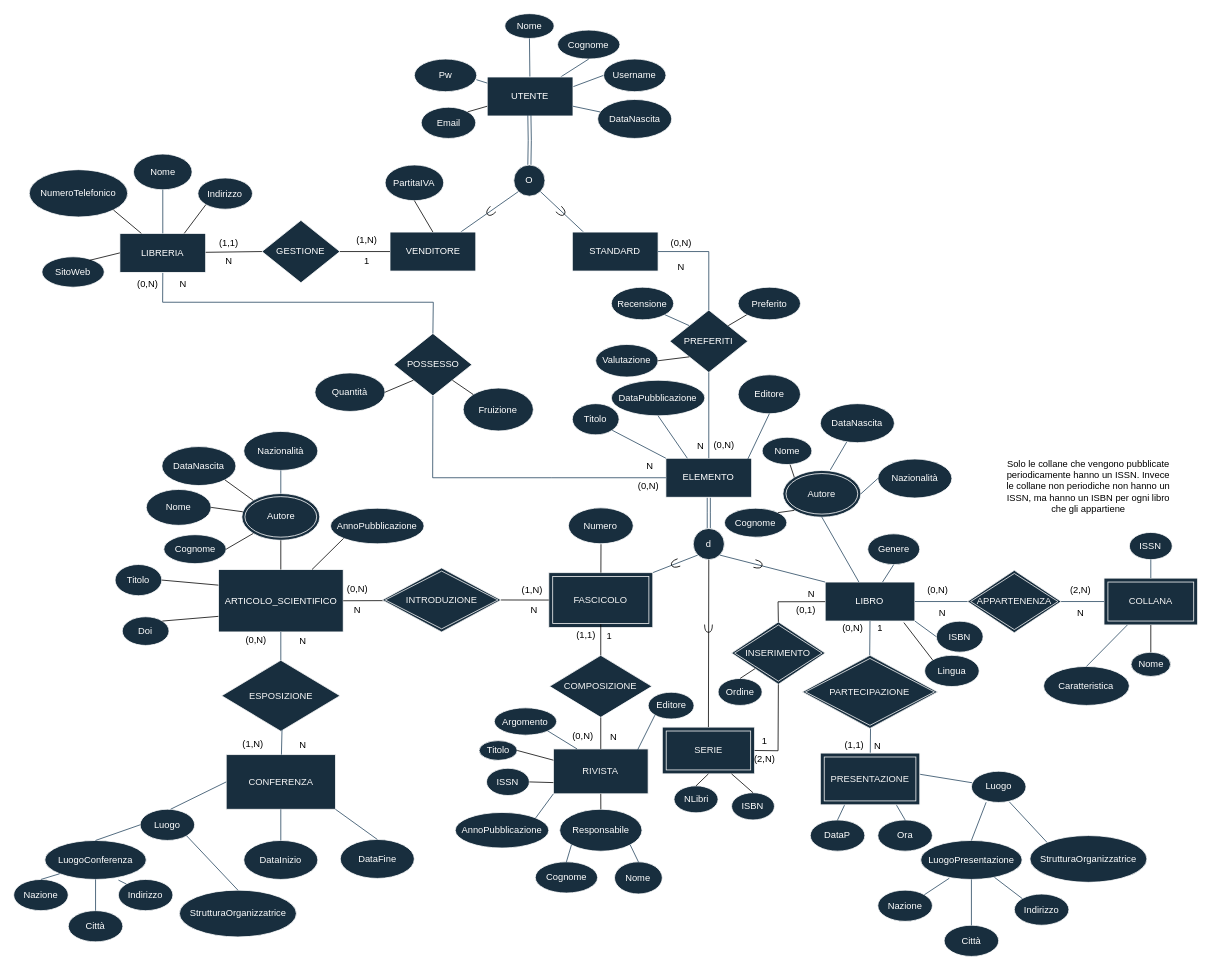
The draw.io diagram DiagrammaER v1.3.1.drawio in Giovk/Sistema-di-una-Bibleoteca-Digitale, before the edit. Source tidied: cells renumbered, new cells numbered last; positions are measured from the earlier drawing's top-left corner, leaving out a move shared by most shapes. Both pictures are drawn from the tidied source at 78%, with x=0, y=0 at pixel (13, 13).
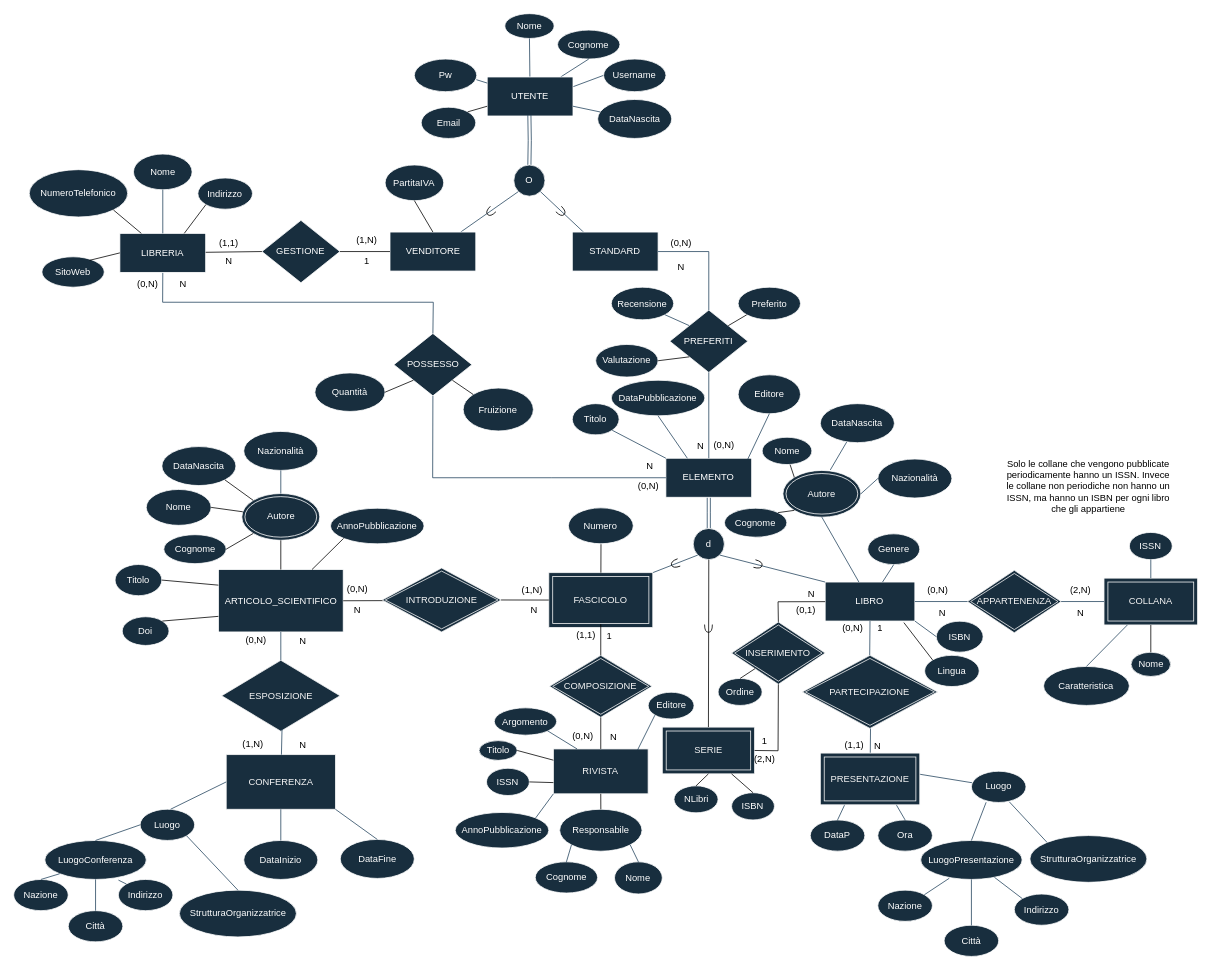
The same page after the edit.

Change to the diagram source:
```diff
@@
-    <mxCell id="208" value="&lt;font color=&quot;#f5f5f5&quot;&gt;COMPOSIZIONE&lt;/font&gt;" style="rhombus;whiteSpace=wrap;html=1;fillColor=#182E3E;strokeColor=#FFFFFF;fontColor=#FFFFFF;" parent="1" vertex="1">
+    <mxCell id="208" value="&lt;font color=&quot;#f5f5f5&quot;&gt;COMPOSIZIONE&lt;/font&gt;" style="shape=rhombus;double=1;perimeter=rhombusPerimeter;whiteSpace=wrap;html=1;align=center;fillColor=#182E3E;fillStyle=auto;strokeColor=#F5F5F5;" parent="1" vertex="1">
       <mxGeometry x="687.1" y="822.7" width="131.2" height="79.5" as="geometry" />
     </mxCell>
```
